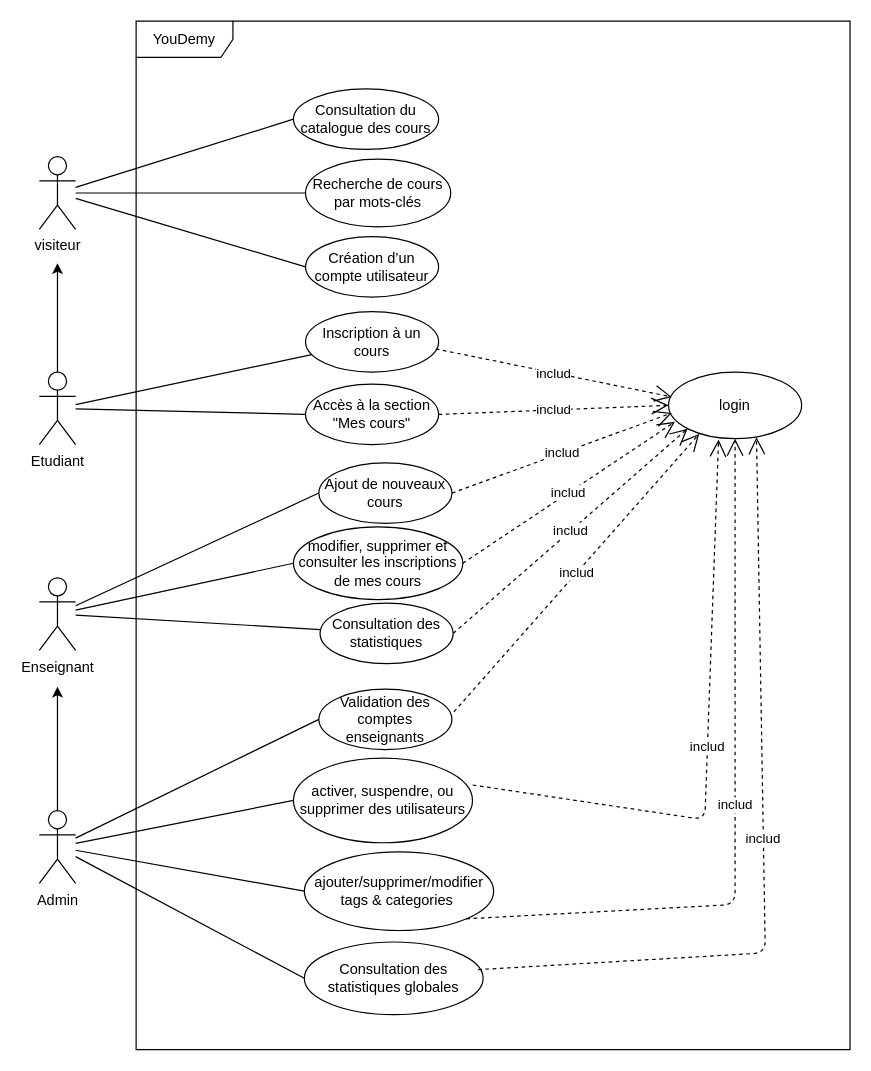
Earlier version of the draw.io diagram Conception/UC.drawio (AmeksaKhadija/YouDemy). Source tidied: cells renumbered, new cells numbered last; positions are measured from the earlier drawing's top-left corner, leaving out a move shared by most shapes. Both pictures are drawn from the tidied source at 121%, with x=0, y=0 at pixel (39, 21).
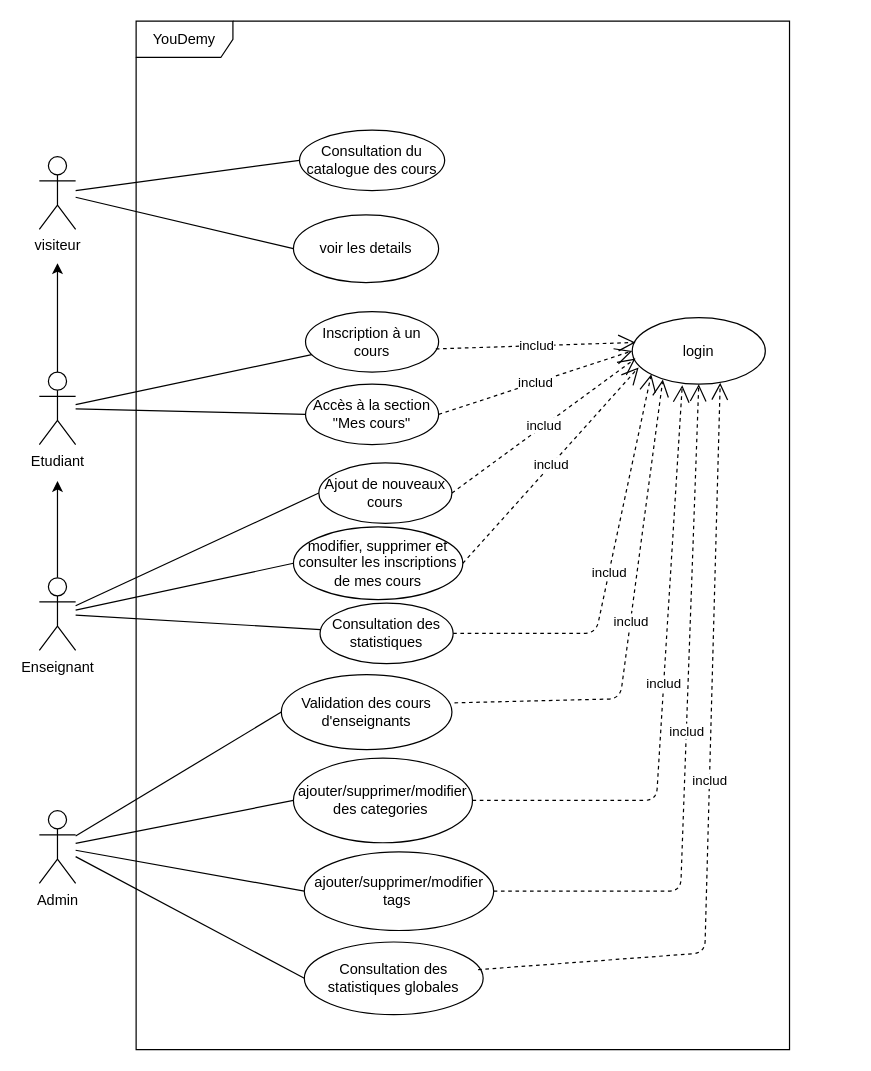
After the change.

Unchanged cells that the change refers to:
```xml
<mxCell id="3" value="visiteur" style="shape=umlActor;verticalLabelPosition=bottom;verticalAlign=top;html=1;" parent="1" vertex="1">
  <mxGeometry y="112" width="30" height="60" as="geometry" />
</mxCell>
<mxCell id="4" value="Enseignant" style="shape=umlActor;verticalLabelPosition=bottom;verticalAlign=top;html=1;" parent="1" vertex="1">
  <mxGeometry y="460" width="30" height="60" as="geometry" />
</mxCell>
<mxCell id="6" value="Admin" style="shape=umlActor;verticalLabelPosition=bottom;verticalAlign=top;html=1;" parent="1" vertex="1">
  <mxGeometry y="652.5" width="30" height="60" as="geometry" />
</mxCell>
<mxCell id="19" value="Consultation des statistiques" style="ellipse;whiteSpace=wrap;html=1;" parent="1" vertex="1">
  <mxGeometry x="232" y="481" width="110" height="50" as="geometry" />
</mxCell>
<mxCell id="27" value="Consultation des statistiques globales" style="ellipse;whiteSpace=wrap;html=1;" parent="1" vertex="1">
  <mxGeometry x="219" y="761" width="147.8" height="60" as="geometry" />
</mxCell>
```

Diff of the diagram source:
```diff
@@
     <mxCell id="2" value="YouDemy" style="shape=umlFrame;whiteSpace=wrap;html=1;width=80;height=30;" parent="1" vertex="1">
-      <mxGeometry x="80" width="590" height="850" as="geometry" />
+      <mxGeometry x="80" width="540" height="850" as="geometry" />
     </mxCell>
@@
+    <mxCell id="43" style="edgeStyle=none;html=1;" parent="1" edge="1" source="4">
+      <mxGeometry relative="1" as="geometry">
+        <mxPoint x="15" y="380" as="targetPoint" />
+      </mxGeometry>
+    </mxCell>
@@
-    <mxCell id="5" style="edgeStyle=none;html=1;" parent="1" edge="1" source="6">
-      <mxGeometry relative="1" as="geometry">
-        <mxPoint x="15" y="550" as="targetPoint" />
-      </mxGeometry>
-    </mxCell>
@@
     <mxCell id="7" value="Consultation du catalogue des cours" style="ellipse;whiteSpace=wrap;html=1;" parent="1" vertex="1">
-      <mxGeometry x="210" y="56" width="120" height="50" as="geometry" />
+      <mxGeometry x="215" y="90" width="120" height="50" as="geometry" />
     </mxCell>
-    <mxCell id="8" value="Recherche de cours par mots-clés" style="ellipse;whiteSpace=wrap;html=1;" parent="1" vertex="1">
-      <mxGeometry x="220" y="114" width="120" height="56" as="geometry" />
+    <mxCell id="8" value="voir les details" style="ellipse;whiteSpace=wrap;html=1;" parent="1" vertex="1">
+      <mxGeometry x="210" y="160" width="120" height="56" as="geometry" />
     </mxCell>
-    <mxCell id="9" value="Création d’un compte utilisateur" style="ellipse;whiteSpace=wrap;html=1;" parent="1" vertex="1">
-      <mxGeometry x="220" y="178" width="110" height="50" as="geometry" />
-    </mxCell>
@@
-    <mxCell id="14" style="endArrow=none;html=1;entryX=0;entryY=0.5;entryDx=0;entryDy=0;" parent="1" edge="1" source="3" target="9">
-      <mxGeometry relative="1" as="geometry" />
-    </mxCell>
@@
-    <mxCell id="20" value="Validation des comptes enseignants" style="ellipse;whiteSpace=wrap;html=1;" parent="1" vertex="1">
-      <mxGeometry x="231" y="552" width="110" height="50" as="geometry" />
+    <mxCell id="20" value="Validation des cours d'enseignants" style="ellipse;whiteSpace=wrap;html=1;" parent="1" vertex="1">
+      <mxGeometry x="200" y="540" width="141" height="62" as="geometry" />
     </mxCell>
@@
-    <mxCell id="25" value="activer, suspendre, ou supprimer des utilisateurs" style="ellipse;whiteSpace=wrap;html=1;" parent="1" vertex="1">
+    <mxCell id="25" value="ajouter/supprimer/modifier des categories&amp;nbsp;" style="ellipse;whiteSpace=wrap;html=1;" parent="1" vertex="1">
       <mxGeometry x="210" y="609" width="148" height="70" as="geometry" />
     </mxCell>
-    <mxCell id="26" value="ajouter/supprimer/modifier tags &amp;amp; categories&amp;nbsp;" style="ellipse;whiteSpace=wrap;html=1;" parent="1" vertex="1">
+    <mxCell id="26" value="ajouter/supprimer/modifier tags&amp;nbsp;" style="ellipse;whiteSpace=wrap;html=1;" parent="1" vertex="1">
       <mxGeometry x="219" y="686.5" width="156.5" height="65" as="geometry" />
     </mxCell>
@@
     <mxCell id="31" value="login" style="ellipse;whiteSpace=wrap;html=1;" parent="1" vertex="1">
-      <mxGeometry x="520" y="290" width="110" height="55" as="geometry" />
+      <mxGeometry x="490" y="245" width="110" height="55" as="geometry" />
     </mxCell>
@@
     <mxCell id="36" value="includ" style="endArrow=open;endSize=12;dashed=1;html=1;exitX=1;exitY=0.5;exitDx=0;exitDy=0;entryX=0;entryY=1;entryDx=0;entryDy=0;" parent="1" edge="1" source="19" target="31">
-      <mxGeometry relative="1" as="geometry" />
+      <mxGeometry relative="1" as="geometry">
+        <Array as="points">
+          <mxPoint x="460" y="506" />
+        </Array>
+      </mxGeometry>
     </mxCell>
     <mxCell id="37" value="includ" style="endArrow=open;endSize=12;dashed=1;html=1;exitX=1.015;exitY=0.377;exitDx=0;exitDy=0;entryX=0.23;entryY=0.93;entryDx=0;entryDy=0;exitPerimeter=0;entryPerimeter=0;" parent="1" edge="1" source="20" target="31">
-      <mxGeometry relative="1" as="geometry" />
+      <mxGeometry relative="1" as="geometry">
+        <Array as="points">
+          <mxPoint x="480" y="560" />
+        </Array>
+      </mxGeometry>
     </mxCell>
-    <mxCell id="38" value="includ" style="endArrow=open;endSize=12;dashed=1;html=1;entryX=0.376;entryY=1.015;entryDx=0;entryDy=0;entryPerimeter=0;exitX=1.001;exitY=0.318;exitDx=0;exitDy=0;exitPerimeter=0;" parent="1" edge="1" source="25" target="31">
+    <mxCell id="38" value="includ" style="endArrow=open;endSize=12;dashed=1;html=1;entryX=0.376;entryY=1.015;entryDx=0;entryDy=0;entryPerimeter=0;exitX=1;exitY=0.5;exitDx=0;exitDy=0;" parent="1" edge="1" source="25" target="31">
       <mxGeometry relative="1" as="geometry">
         <Array as="points">
-          <mxPoint x="550" y="660" />
+          <mxPoint x="510" y="644" />
         </Array>
       </mxGeometry>
     </mxCell>
-    <mxCell id="39" value="includ" style="endArrow=open;endSize=12;dashed=1;html=1;exitX=1;exitY=1;exitDx=0;exitDy=0;entryX=0.5;entryY=1;entryDx=0;entryDy=0;" parent="1" edge="1" source="26" target="31">
+    <mxCell id="39" value="includ" style="endArrow=open;endSize=12;dashed=1;html=1;exitX=1;exitY=0.5;exitDx=0;exitDy=0;entryX=0.5;entryY=1;entryDx=0;entryDy=0;" parent="1" edge="1" source="26" target="31">
       <mxGeometry relative="1" as="geometry">
         <Array as="points">
-          <mxPoint x="575" y="730" />
+          <mxPoint x="530" y="719" />
         </Array>
       </mxGeometry>
     </mxCell>
     <mxCell id="40" value="includ" style="endArrow=open;endSize=12;dashed=1;html=1;exitX=0.972;exitY=0.381;exitDx=0;exitDy=0;entryX=0.661;entryY=0.979;entryDx=0;entryDy=0;exitPerimeter=0;entryPerimeter=0;" parent="1" edge="1" source="27" target="31">
       <mxGeometry relative="1" as="geometry">
         <Array as="points">
-          <mxPoint x="600" y="770" />
+          <mxPoint x="550" y="770" />
         </Array>
       </mxGeometry>
     </mxCell>
```
